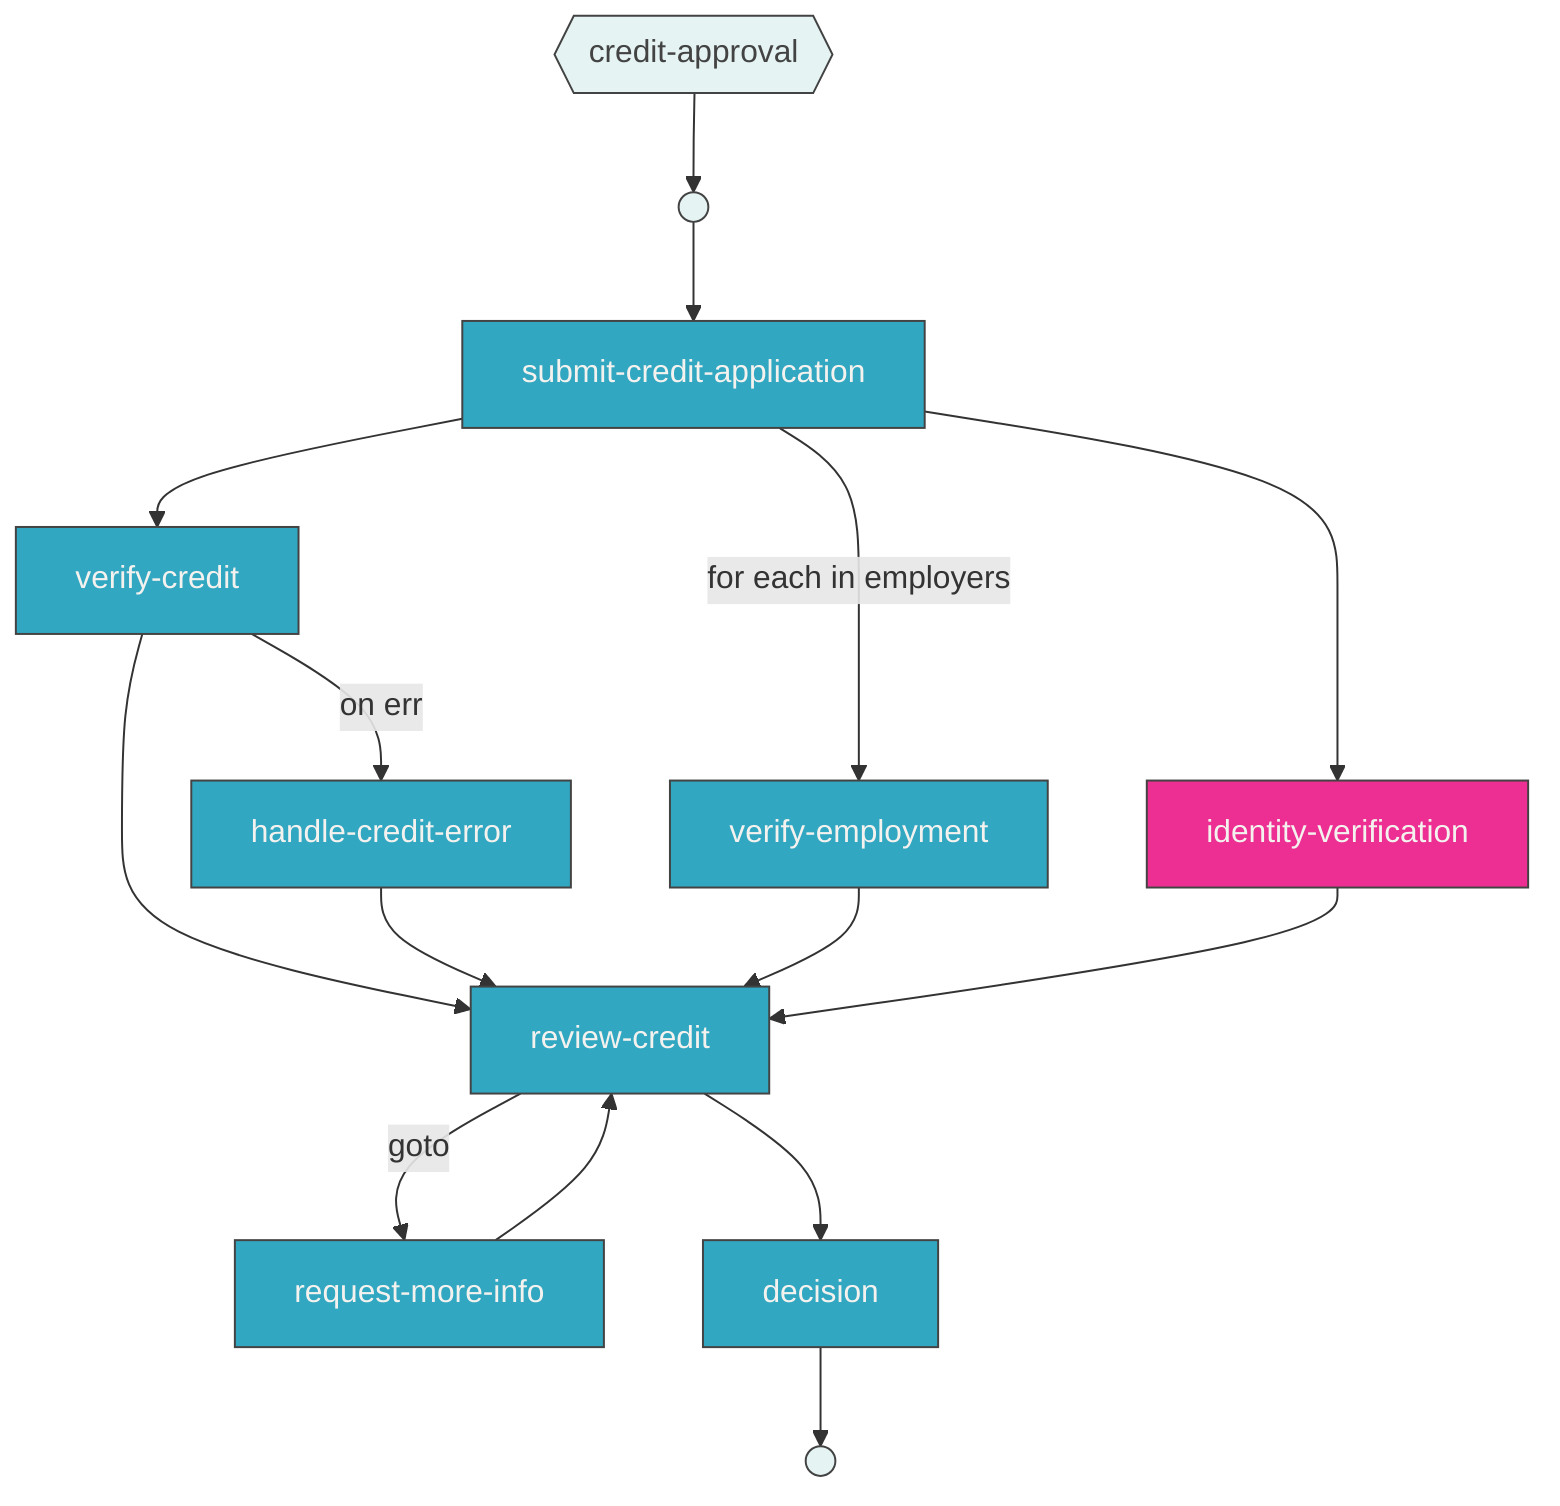
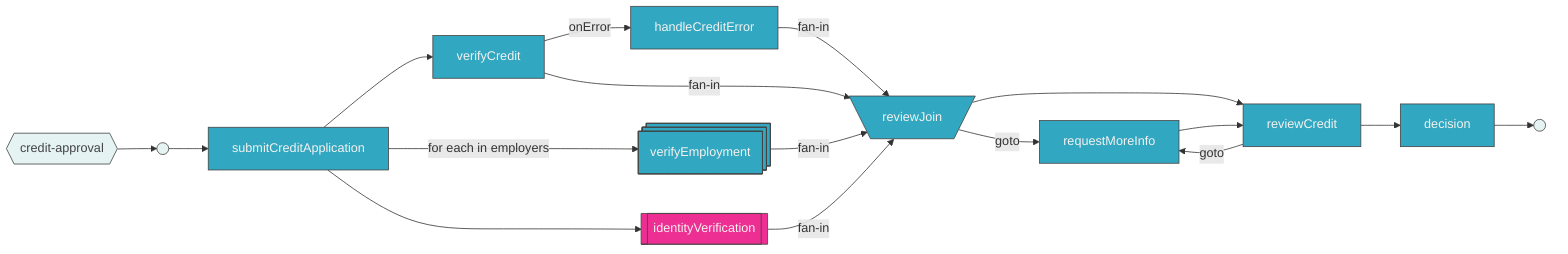
- graph TD
+ graph LR
    classDef task fill:#32a7c1,color:#f4f2ef,stroke:#434343
    classDef sub fill:#ed2e92,color:#f4f2ef,stroke:#434343
    classDef term fill:#e5f4f3,color:#434343,stroke:#434343

    _title{{"credit-approval"}}:::term --> _start
-     _start(( )):::term --> t0["submit-credit-application"]:::task
-     t0 --> t1["verify-credit"]:::task
-     t0 -->|"for each in employers"| t2["verify-employment"]:::task
-     t0 --> t3["identity-verification"]:::sub
-     t1 --> t4["review-credit"]:::task
-     t1 -->|"on err"| t5["handle-credit-error"]:::task
-     t5 --> t4
-     t2 --> t4
-     t3 --> t4
-     t4 -->|"goto"| t6["request-more-info"]:::task
-     t6 --> t4
-     t4 --> t7["decision"]:::task
-     t7 --> _end(( )):::term
+     t2@{ shape: st-rect, label: "verifyEmployment" }
+     t5@{ shape: trap-t, label: "reviewJoin" }
+     _start(( )):::term --> t0["submitCreditApplication"]:::task
+     t0 --> t1["verifyCredit"]:::task
+     t1 -->|"onError"| t4["handleCreditError"]:::task
+     t4 -->|"fan-in"| t5
+     t0 -->|"for each in employers"| t2
+     t0 --> t3[["identityVerification"]]:::sub
+     t1 -->|"fan-in"| t5
+     t2 -->|"fan-in"| t5
+     t3 -->|"fan-in"| t5
+     t5 -->|"goto"| t7["requestMoreInfo"]:::task
+     t5 --> t6["reviewCredit"]:::task
+     t6 -->|"goto"| t7
+     t7 --> t6
+     t6 --> t8["decision"]:::task
+     t8 --> _end(( )):::term
+     class t2 task
+     class t5 task
